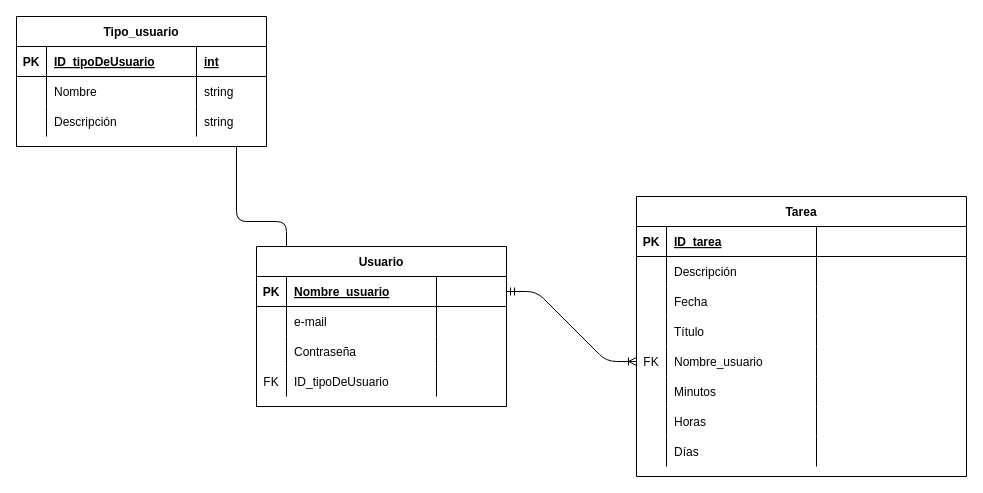
JuanPabloSalazarVasquez/equipo6_gaa_ppi2020 keeps this draw.io diagram as Modelo relacional.drawio. Above is the earlier version. Source tidied: cells renumbered, new cells numbered last; positions are measured from the earlier drawing's top-left corner, leaving out a move shared by most shapes. Both pictures are drawn from the tidied source at 100%, with x=0, y=0 at pixel (16, 16).
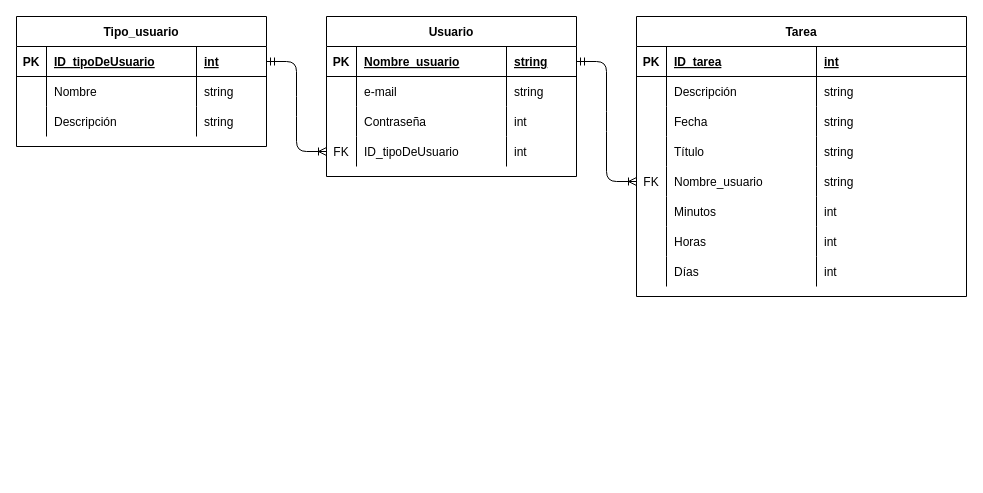
Above is the later version.

Unchanged cells that the change refers to:
```xml
<mxCell id="18" style="shape=partialRectangle;fillColor=none;top=0;left=0;bottom=1;right=0;points=[[0,0.5],[1,0.5]];portConstraint=eastwest;" parent="17" vertex="1">
  <mxGeometry y="30" width="250" height="30" as="geometry" />
</mxCell>
<mxCell id="22" style="shape=partialRectangle;fillColor=none;top=0;left=0;bottom=0;right=0;" parent="17" vertex="1">
  <mxGeometry y="60" width="250" height="30" as="geometry" />
</mxCell>
<mxCell id="26" style="shape=partialRectangle;fillColor=none;top=0;left=0;bottom=0;right=0;" parent="17" vertex="1">
  <mxGeometry y="90" width="250" height="30" as="geometry" />
</mxCell>
<mxCell id="30" style="shape=partialRectangle;fillColor=none;top=0;left=0;bottom=0;right=0;points=[[0,0.5],[1,0.5]];portConstraint=eastwest;" parent="17" vertex="1">
  <mxGeometry y="120" width="250" height="30" as="geometry" />
</mxCell>
<mxCell id="35" style="shape=partialRectangle;fillColor=none;top=0;left=0;bottom=1;right=0;" parent="34" vertex="1">
  <mxGeometry y="30" width="330" height="30" as="geometry" />
</mxCell>
<mxCell id="39" style="shape=partialRectangle;fillColor=none;top=0;left=0;bottom=0;right=0;" parent="34" vertex="1">
  <mxGeometry y="60" width="330" height="30" as="geometry" />
</mxCell>
<mxCell id="43" style="shape=partialRectangle;fillColor=none;top=0;left=0;bottom=0;right=0;" parent="34" vertex="1">
  <mxGeometry y="90" width="330" height="30" as="geometry" />
</mxCell>
<mxCell id="47" style="shape=partialRectangle;fillColor=none;top=0;left=0;bottom=0;right=0;" parent="34" vertex="1">
  <mxGeometry y="120" width="330" height="30" as="geometry" />
</mxCell>
<mxCell id="51" style="shape=partialRectangle;fillColor=none;top=0;left=0;bottom=0;right=0;points=[[0,0.5],[1,0.5]];portConstraint=eastwest;" parent="34" vertex="1">
  <mxGeometry y="150" width="330" height="30" as="geometry" />
</mxCell>
<mxCell id="55" style="shape=partialRectangle;fillColor=none;top=0;left=0;bottom=0;right=0;" parent="34" vertex="1">
  <mxGeometry y="180" width="330" height="30" as="geometry" />
</mxCell>
<mxCell id="59" style="shape=partialRectangle;fillColor=none;top=0;left=0;bottom=0;right=0;" parent="34" vertex="1">
  <mxGeometry y="210" width="330" height="30" as="geometry" />
</mxCell>
<mxCell id="63" style="shape=partialRectangle;fillColor=none;top=0;left=0;bottom=0;right=0;" parent="34" vertex="1">
  <mxGeometry y="240" width="330" height="30" as="geometry" />
</mxCell>
```

Change to the diagram source:
```diff
@@
     <mxCell id="17" value="Usuario" style="shape=table;startSize=30;childLayout=tableLayout;rowLines=0;fontStyle=1;align=center;swimlaneFillColor=#ffffff;" parent="1" vertex="1">
-      <mxGeometry x="240" y="230" width="250" height="160" as="geometry" />
+      <mxGeometry x="310" width="250" height="160" as="geometry" />
     </mxCell>
@@
-    <mxCell id="21" style="shape=partialRectangle;fillColor=none;top=0;left=0;bottom=0;right=0;align=left;spacingLeft=6;fontStyle=5;overflow=hidden;" parent="18" vertex="1">
+    <mxCell id="21" value="string" style="shape=partialRectangle;fillColor=none;top=0;left=0;bottom=0;right=0;align=left;spacingLeft=6;fontStyle=5;overflow=hidden;" parent="18" vertex="1">
       <mxGeometry x="180" width="70" height="30" as="geometry" />
     </mxCell>
@@
-    <mxCell id="25" style="shape=partialRectangle;fillColor=none;top=0;left=0;bottom=0;right=0;align=left;spacingLeft=6;overflow=hidden;" parent="22" vertex="1">
+    <mxCell id="25" value="string" style="shape=partialRectangle;fillColor=none;top=0;left=0;bottom=0;right=0;align=left;spacingLeft=6;overflow=hidden;" parent="22" vertex="1">
       <mxGeometry x="180" width="70" height="30" as="geometry" />
     </mxCell>
@@
-    <mxCell id="29" style="shape=partialRectangle;fillColor=none;top=0;left=0;bottom=0;right=0;align=left;spacingLeft=6;overflow=hidden;" parent="26" vertex="1">
+    <mxCell id="29" value="int" style="shape=partialRectangle;fillColor=none;top=0;left=0;bottom=0;right=0;align=left;spacingLeft=6;overflow=hidden;" parent="26" vertex="1">
       <mxGeometry x="180" width="70" height="30" as="geometry" />
     </mxCell>
@@
-    <mxCell id="33" style="shape=partialRectangle;fillColor=none;top=0;left=0;bottom=0;right=0;align=left;spacingLeft=6;overflow=hidden;" parent="30" vertex="1">
+    <mxCell id="33" value="int" style="shape=partialRectangle;fillColor=none;top=0;left=0;bottom=0;right=0;align=left;spacingLeft=6;overflow=hidden;" parent="30" vertex="1">
       <mxGeometry x="180" width="70" height="30" as="geometry" />
     </mxCell>
     <mxCell id="34" value="Tarea" style="shape=table;startSize=30;childLayout=tableLayout;rowLines=0;fontStyle=1;align=center;swimlaneFillColor=#ffffff;" parent="1" vertex="1">
-      <mxGeometry x="620" y="180" width="330" height="280" as="geometry" />
+      <mxGeometry x="620" width="330" height="280" as="geometry" />
     </mxCell>
@@
-    <mxCell id="38" style="shape=partialRectangle;fillColor=none;top=0;left=0;bottom=0;right=0;align=left;spacingLeft=6;fontStyle=5;overflow=hidden;" parent="35" vertex="1">
+    <mxCell id="38" value="int" style="shape=partialRectangle;fillColor=none;top=0;left=0;bottom=0;right=0;align=left;spacingLeft=6;fontStyle=5;overflow=hidden;" parent="35" vertex="1">
       <mxGeometry x="180" width="150" height="30" as="geometry" />
     </mxCell>
@@
-    <mxCell id="42" style="shape=partialRectangle;fillColor=none;top=0;left=0;bottom=0;right=0;align=left;spacingLeft=6;overflow=hidden;" parent="39" vertex="1">
+    <mxCell id="42" value="string" style="shape=partialRectangle;fillColor=none;top=0;left=0;bottom=0;right=0;align=left;spacingLeft=6;overflow=hidden;" parent="39" vertex="1">
       <mxGeometry x="180" width="150" height="30" as="geometry" />
     </mxCell>
@@
-    <mxCell id="46" style="shape=partialRectangle;fillColor=none;top=0;left=0;bottom=0;right=0;align=left;spacingLeft=6;overflow=hidden;" parent="43" vertex="1">
+    <mxCell id="46" value="string" style="shape=partialRectangle;fillColor=none;top=0;left=0;bottom=0;right=0;align=left;spacingLeft=6;overflow=hidden;" parent="43" vertex="1">
       <mxGeometry x="180" width="150" height="30" as="geometry" />
     </mxCell>
@@
-    <mxCell id="50" style="shape=partialRectangle;fillColor=none;top=0;left=0;bottom=0;right=0;align=left;spacingLeft=6;overflow=hidden;" parent="47" vertex="1">
+    <mxCell id="50" value="string" style="shape=partialRectangle;fillColor=none;top=0;left=0;bottom=0;right=0;align=left;spacingLeft=6;overflow=hidden;" parent="47" vertex="1">
       <mxGeometry x="180" width="150" height="30" as="geometry" />
     </mxCell>
@@
-    <mxCell id="54" style="shape=partialRectangle;fillColor=none;top=0;left=0;bottom=0;right=0;align=left;spacingLeft=6;overflow=hidden;" parent="51" vertex="1">
+    <mxCell id="54" value="string" style="shape=partialRectangle;fillColor=none;top=0;left=0;bottom=0;right=0;align=left;spacingLeft=6;overflow=hidden;" parent="51" vertex="1">
       <mxGeometry x="180" width="150" height="30" as="geometry" />
     </mxCell>
@@
-    <mxCell id="58" style="shape=partialRectangle;fillColor=none;top=0;left=0;bottom=0;right=0;align=left;spacingLeft=6;overflow=hidden;" parent="55" vertex="1">
+    <mxCell id="58" value="int" style="shape=partialRectangle;fillColor=none;top=0;left=0;bottom=0;right=0;align=left;spacingLeft=6;overflow=hidden;" parent="55" vertex="1">
       <mxGeometry x="180" width="150" height="30" as="geometry" />
     </mxCell>
@@
-    <mxCell id="62" style="shape=partialRectangle;fillColor=none;top=0;left=0;bottom=0;right=0;align=left;spacingLeft=6;overflow=hidden;" parent="59" vertex="1">
+    <mxCell id="62" value="int" style="shape=partialRectangle;fillColor=none;top=0;left=0;bottom=0;right=0;align=left;spacingLeft=6;overflow=hidden;" parent="59" vertex="1">
       <mxGeometry x="180" width="150" height="30" as="geometry" />
     </mxCell>
@@
-    <mxCell id="66" style="shape=partialRectangle;fillColor=none;top=0;left=0;bottom=0;right=0;align=left;spacingLeft=6;overflow=hidden;" parent="63" vertex="1">
+    <mxCell id="66" value="int" style="shape=partialRectangle;fillColor=none;top=0;left=0;bottom=0;right=0;align=left;spacingLeft=6;overflow=hidden;" parent="63" vertex="1">
       <mxGeometry x="180" width="150" height="30" as="geometry" />
     </mxCell>
```
